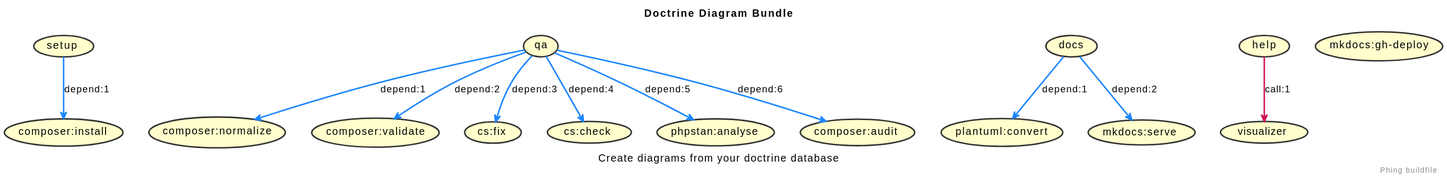
The PlantUML diagram build.svg in jawira/doctrine-diagram-bundle, before a commit.
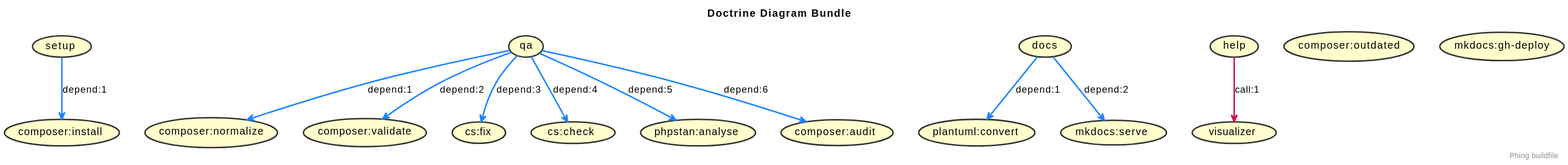
Later version of the same file.

Commit message:
ci: Add outdated check to github actions

The edit, as a diff of the source:
```diff
@@ -2,10 +2,6 @@
 title
 Doctrine Diagram Bundle
 end title
-
-caption
-Create diagrams from your doctrine database
-end caption
 
 right footer
 Phing buildfile
@@ -40,6 +36,7 @@
 (composer:audit)
 (composer:validate)
 (composer:normalize)
+(composer:outdated)
 (help)
 (visualizer)
 (mkdocs:serve)
```
